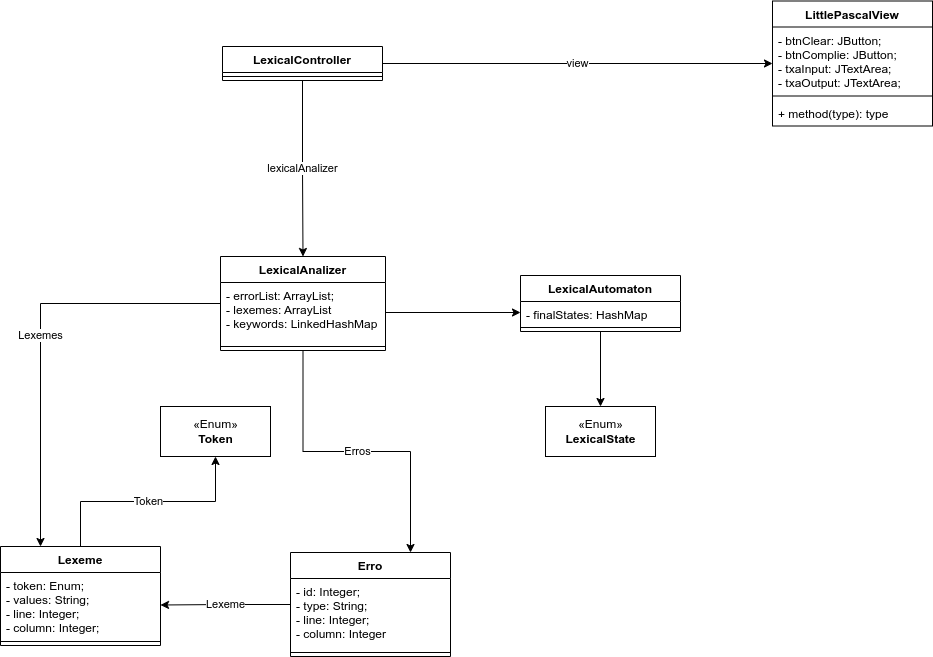
The draw.io diagram Docs/DomainModel.drawio.png in jhonatanleao/Compilador-Pascal, before a commit. Source tidied: cells renumbered, new cells last; positions are measured from the earlier drawing's top-left corner, leaving out a move shared by most shapes. Its diagram source:
```xml
<mxGraphModel>
  <root>
    <mxCell id="0" />
    <mxCell id="1" parent="0" />
    <mxCell id="2" value="Token" style="edgeStyle=orthogonalEdgeStyle;rounded=0;jettySize=auto;html=1;" parent="1" edge="1" source="3" target="15">
      <mxGeometry relative="1" as="geometry" />
    </mxCell>
    <mxCell id="3" value="Lexeme" style="swimlane;fontStyle=1;align=center;verticalAlign=top;horizontal=1;startSize=26;" parent="1" vertex="1">
      <mxGeometry y="546" width="160" height="99" as="geometry" />
    </mxCell>
    <mxCell id="4" value="- token: Enum;&#10;- values: String;&#10;- line: Integer;&#10;- column: Integer;" style="text;strokeColor=none;fillColor=none;align=left;verticalAlign=top;spacingLeft=4;spacingRight=4;overflow=hidden;points=[[0,0.5],[1,0.5]];portConstraint=eastwest;" parent="3" vertex="1">
      <mxGeometry y="26" width="160" height="65" as="geometry" />
    </mxCell>
    <mxCell id="5" style="line;strokeWidth=1;fillColor=none;align=left;verticalAlign=middle;spacingTop=-1;spacingLeft=3;spacingRight=3;labelPosition=right;" parent="3" vertex="1">
      <mxGeometry y="91" width="160" height="8" as="geometry" />
    </mxCell>
    <mxCell id="6" value="Lexeme" style="edgeStyle=orthogonalEdgeStyle;rounded=0;jettySize=auto;html=1;" parent="1" edge="1" source="7" target="4">
      <mxGeometry relative="1" as="geometry" />
    </mxCell>
    <mxCell id="7" value="Erro" style="swimlane;fontStyle=1;align=center;verticalAlign=top;horizontal=1;startSize=26;" parent="1" vertex="1">
      <mxGeometry x="290" y="552" width="160" height="104" as="geometry" />
    </mxCell>
    <mxCell id="8" value="- id: Integer;&#10;- type: String;&#10;- line: Integer;&#10;- column: Integer" style="text;strokeColor=none;fillColor=none;align=left;verticalAlign=top;spacingLeft=4;spacingRight=4;overflow=hidden;" parent="7" vertex="1">
      <mxGeometry y="26" width="160" height="70" as="geometry" />
    </mxCell>
    <mxCell id="9" style="line;strokeWidth=1;fillColor=none;align=left;verticalAlign=middle;spacingTop=-1;spacingLeft=3;spacingRight=3;labelPosition=right;" parent="7" vertex="1">
      <mxGeometry y="96" width="160" height="8" as="geometry" />
    </mxCell>
    <mxCell id="10" value="Lexemes" style="edgeStyle=orthogonalEdgeStyle;rounded=0;jettySize=auto;html=1;entryX=0.25;entryY=0;entryDx=0;entryDy=0;" parent="1" edge="1" source="12" target="3">
      <mxGeometry relative="1" as="geometry" />
    </mxCell>
    <mxCell id="11" value="Erros" style="edgeStyle=orthogonalEdgeStyle;rounded=0;jettySize=auto;html=1;entryX=0.75;entryY=0;entryDx=0;entryDy=0;" parent="1" edge="1" source="12" target="7">
      <mxGeometry relative="1" as="geometry" />
    </mxCell>
    <mxCell id="12" value="LexicalAnalizer" style="swimlane;fontStyle=1;align=center;verticalAlign=top;horizontal=1;startSize=26;" parent="1" vertex="1">
      <mxGeometry x="220" y="256" width="165" height="94" as="geometry" />
    </mxCell>
    <mxCell id="13" value="- errorList: ArrayList;&#10;- lexemes: ArrayList&#10;- keywords: LinkedHashMap" style="text;strokeColor=none;fillColor=none;align=left;verticalAlign=top;spacingLeft=4;spacingRight=4;overflow=hidden;points=[[0,0.5],[1,0.5]];portConstraint=eastwest;" parent="12" vertex="1">
      <mxGeometry y="26" width="165" height="60" as="geometry" />
    </mxCell>
    <mxCell id="14" style="line;strokeWidth=1;fillColor=none;align=left;verticalAlign=middle;spacingTop=-1;spacingLeft=3;spacingRight=3;labelPosition=right;" parent="12" vertex="1">
      <mxGeometry y="86" width="165" height="8" as="geometry" />
    </mxCell>
    <mxCell id="15" value="«Enum»&lt;br&gt;&lt;b&gt;Token&lt;/b&gt;" style="html=1;" parent="1" vertex="1">
      <mxGeometry x="160" y="406" width="110" height="50" as="geometry" />
    </mxCell>
    <mxCell id="16" style="edgeStyle=orthogonalEdgeStyle;rounded=0;jettySize=auto;html=1;" parent="1" edge="1" source="17" target="20">
      <mxGeometry relative="1" as="geometry" />
    </mxCell>
    <mxCell id="17" value="LexicalAutomaton&#10;" style="swimlane;fontStyle=1;align=center;verticalAlign=top;horizontal=1;startSize=26;" parent="1" vertex="1">
      <mxGeometry x="520" y="275" width="160" height="56" as="geometry" />
    </mxCell>
    <mxCell id="18" value="- finalStates: HashMap" style="text;strokeColor=none;fillColor=none;align=left;verticalAlign=top;spacingLeft=4;spacingRight=4;overflow=hidden;points=[[0,0.5],[1,0.5]];portConstraint=eastwest;" parent="17" vertex="1">
      <mxGeometry y="26" width="160" height="22" as="geometry" />
    </mxCell>
    <mxCell id="19" style="line;strokeWidth=1;fillColor=none;align=left;verticalAlign=middle;spacingTop=-1;spacingLeft=3;spacingRight=3;labelPosition=right;" parent="17" vertex="1">
      <mxGeometry y="48" width="160" height="8" as="geometry" />
    </mxCell>
    <mxCell id="20" value="«Enum»&lt;br&gt;&lt;b&gt;LexicalState&lt;br&gt;&lt;/b&gt;" style="html=1;" parent="1" vertex="1">
      <mxGeometry x="545" y="406" width="110" height="50" as="geometry" />
    </mxCell>
    <mxCell id="21" style="edgeStyle=orthogonalEdgeStyle;rounded=0;jettySize=auto;html=1;" parent="1" edge="1" source="13" target="18">
      <mxGeometry relative="1" as="geometry" />
    </mxCell>
    <mxCell id="22" value="lexicalAnalizer" style="edgeStyle=orthogonalEdgeStyle;rounded=0;jettySize=auto;html=1;" parent="1" edge="1" source="24" target="12">
      <mxGeometry relative="1" as="geometry" />
    </mxCell>
    <mxCell id="23" value="view" style="edgeStyle=orthogonalEdgeStyle;rounded=0;jettySize=auto;html=1;" parent="1" edge="1" source="24" target="26">
      <mxGeometry relative="1" as="geometry">
        <Array as="points">
          <mxPoint x="882" y="63" />
        </Array>
      </mxGeometry>
    </mxCell>
    <mxCell id="24" value="LexicalController" style="swimlane;fontStyle=1;align=center;verticalAlign=top;horizontal=1;startSize=26;" parent="1" vertex="1">
      <mxGeometry x="222" y="46" width="160" height="34" as="geometry" />
    </mxCell>
    <mxCell id="25" style="line;strokeWidth=1;fillColor=none;align=left;verticalAlign=middle;spacingTop=-1;spacingLeft=3;spacingRight=3;labelPosition=right;" parent="24" vertex="1">
      <mxGeometry y="26" width="160" height="8" as="geometry" />
    </mxCell>
    <mxCell id="26" value="LittlePascalView&#10;" style="swimlane;fontStyle=1;align=center;verticalAlign=top;horizontal=1;startSize=26;" parent="1" vertex="1">
      <mxGeometry x="772" y="0.5" width="160" height="125" as="geometry" />
    </mxCell>
    <mxCell id="27" value="- btnClear: JButton;&#10;- btnComplie: JButton;&#10;- txaInput: JTextArea;&#10;- txaOutput: JTextArea;" style="text;strokeColor=none;fillColor=none;align=left;verticalAlign=top;spacingLeft=4;spacingRight=4;overflow=hidden;points=[[0,0.5],[1,0.5]];portConstraint=eastwest;" parent="26" vertex="1">
      <mxGeometry y="26" width="160" height="65" as="geometry" />
    </mxCell>
    <mxCell id="28" style="line;strokeWidth=1;fillColor=none;align=left;verticalAlign=middle;spacingTop=-1;spacingLeft=3;spacingRight=3;labelPosition=right;" parent="26" vertex="1">
      <mxGeometry y="91" width="160" height="8" as="geometry" />
    </mxCell>
    <mxCell id="29" value="+ method(type): type" style="text;strokeColor=none;fillColor=none;align=left;verticalAlign=top;spacingLeft=4;spacingRight=4;overflow=hidden;" parent="26" vertex="1">
      <mxGeometry y="99" width="160" height="26" as="geometry" />
    </mxCell>
  </root>
</mxGraphModel>
```
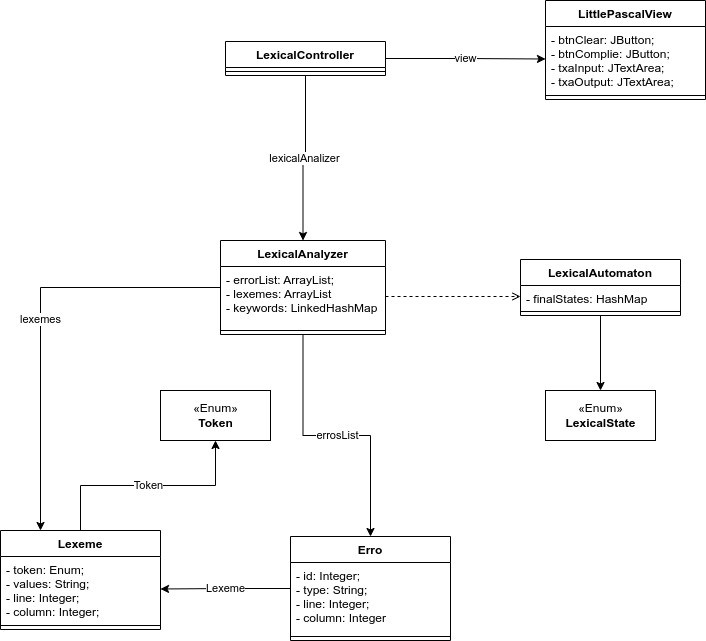
The same file after the commit.

Diff of the diagram source:
```diff
@@ -26,13 +26,13 @@
     <mxCell id="9" style="line;strokeWidth=1;fillColor=none;align=left;verticalAlign=middle;spacingTop=-1;spacingLeft=3;spacingRight=3;labelPosition=right;" parent="7" vertex="1">
       <mxGeometry y="96" width="160" height="8" as="geometry" />
     </mxCell>
+    <mxCell id="11" value="errosList" style="edgeStyle=orthogonalEdgeStyle;rounded=0;jettySize=auto;html=1;entryX=0.5;entryY=0;entryDx=0;entryDy=0;" parent="1" edge="1" source="12" target="7">
+      <mxGeometry relative="1" as="geometry" />
+    </mxCell>
-    <mxCell id="10" value="Lexemes" style="edgeStyle=orthogonalEdgeStyle;rounded=0;jettySize=auto;html=1;entryX=0.25;entryY=0;entryDx=0;entryDy=0;" parent="1" edge="1" source="12" target="3">
+    <mxCell id="10" value="lexemes" style="edgeStyle=orthogonalEdgeStyle;rounded=0;jettySize=auto;html=1;entryX=0.25;entryY=0;entryDx=0;entryDy=0;" parent="1" edge="1" source="12" target="3">
       <mxGeometry relative="1" as="geometry" />
     </mxCell>
-    <mxCell id="11" value="Erros" style="edgeStyle=orthogonalEdgeStyle;rounded=0;jettySize=auto;html=1;entryX=0.75;entryY=0;entryDx=0;entryDy=0;" parent="1" edge="1" source="12" target="7">
-      <mxGeometry relative="1" as="geometry" />
-    </mxCell>
-    <mxCell id="12" value="LexicalAnalizer" style="swimlane;fontStyle=1;align=center;verticalAlign=top;horizontal=1;startSize=26;" parent="1" vertex="1">
+    <mxCell id="12" value="LexicalAnalyzer" style="swimlane;fontStyle=1;align=center;verticalAlign=top;horizontal=1;startSize=26;" parent="1" vertex="1">
       <mxGeometry x="220" y="256" width="165" height="94" as="geometry" />
     </mxCell>
     <mxCell id="13" value="- errorList: ArrayList;&#10;- lexemes: ArrayList&#10;- keywords: LinkedHashMap" style="text;strokeColor=none;fillColor=none;align=left;verticalAlign=top;spacingLeft=4;spacingRight=4;overflow=hidden;points=[[0,0.5],[1,0.5]];portConstraint=eastwest;" parent="12" vertex="1">
@@ -59,27 +59,23 @@
     <mxCell id="20" value="«Enum»&lt;br&gt;&lt;b&gt;LexicalState&lt;br&gt;&lt;/b&gt;" style="html=1;" parent="1" vertex="1">
       <mxGeometry x="545" y="406" width="110" height="50" as="geometry" />
     </mxCell>
-    <mxCell id="21" style="edgeStyle=orthogonalEdgeStyle;rounded=0;jettySize=auto;html=1;" parent="1" edge="1" source="13" target="18">
+    <mxCell id="21" style="edgeStyle=orthogonalEdgeStyle;rounded=0;jettySize=auto;html=1;dashed=1;endArrow=open;endFill=0;" parent="1" edge="1" source="13" target="18">
       <mxGeometry relative="1" as="geometry" />
     </mxCell>
     <mxCell id="22" value="lexicalAnalizer" style="edgeStyle=orthogonalEdgeStyle;rounded=0;jettySize=auto;html=1;" parent="1" edge="1" source="24" target="12">
       <mxGeometry relative="1" as="geometry" />
     </mxCell>
-    <mxCell id="23" value="view" style="edgeStyle=orthogonalEdgeStyle;rounded=0;jettySize=auto;html=1;" parent="1" edge="1" source="24" target="26">
-      <mxGeometry relative="1" as="geometry">
-        <Array as="points">
-          <mxPoint x="882" y="63" />
-        </Array>
-      </mxGeometry>
+    <mxCell id="23" value="view" style="edgeStyle=orthogonalEdgeStyle;rounded=0;jettySize=auto;html=1;exitX=1;exitY=0.5;exitDx=0;exitDy=0;" parent="1" edge="1" source="24" target="27">
+      <mxGeometry relative="1" as="geometry" />
     </mxCell>
     <mxCell id="24" value="LexicalController" style="swimlane;fontStyle=1;align=center;verticalAlign=top;horizontal=1;startSize=26;" parent="1" vertex="1">
-      <mxGeometry x="222" y="46" width="160" height="34" as="geometry" />
+      <mxGeometry x="225" y="57" width="160" height="34" as="geometry" />
     </mxCell>
     <mxCell id="25" style="line;strokeWidth=1;fillColor=none;align=left;verticalAlign=middle;spacingTop=-1;spacingLeft=3;spacingRight=3;labelPosition=right;" parent="24" vertex="1">
       <mxGeometry y="26" width="160" height="8" as="geometry" />
     </mxCell>
     <mxCell id="26" value="LittlePascalView&#10;" style="swimlane;fontStyle=1;align=center;verticalAlign=top;horizontal=1;startSize=26;" parent="1" vertex="1">
-      <mxGeometry x="772" y="0.5" width="160" height="125" as="geometry" />
+      <mxGeometry x="545" y="16" width="160" height="99" as="geometry" />
     </mxCell>
     <mxCell id="27" value="- btnClear: JButton;&#10;- btnComplie: JButton;&#10;- txaInput: JTextArea;&#10;- txaOutput: JTextArea;" style="text;strokeColor=none;fillColor=none;align=left;verticalAlign=top;spacingLeft=4;spacingRight=4;overflow=hidden;points=[[0,0.5],[1,0.5]];portConstraint=eastwest;" parent="26" vertex="1">
       <mxGeometry y="26" width="160" height="65" as="geometry" />
@@ -87,8 +83,5 @@
     <mxCell id="28" style="line;strokeWidth=1;fillColor=none;align=left;verticalAlign=middle;spacingTop=-1;spacingLeft=3;spacingRight=3;labelPosition=right;" parent="26" vertex="1">
       <mxGeometry y="91" width="160" height="8" as="geometry" />
     </mxCell>
-    <mxCell id="29" value="+ method(type): type" style="text;strokeColor=none;fillColor=none;align=left;verticalAlign=top;spacingLeft=4;spacingRight=4;overflow=hidden;" parent="26" vertex="1">
-      <mxGeometry y="99" width="160" height="26" as="geometry" />
-    </mxCell>
   </root>
 </mxGraphModel>
```
